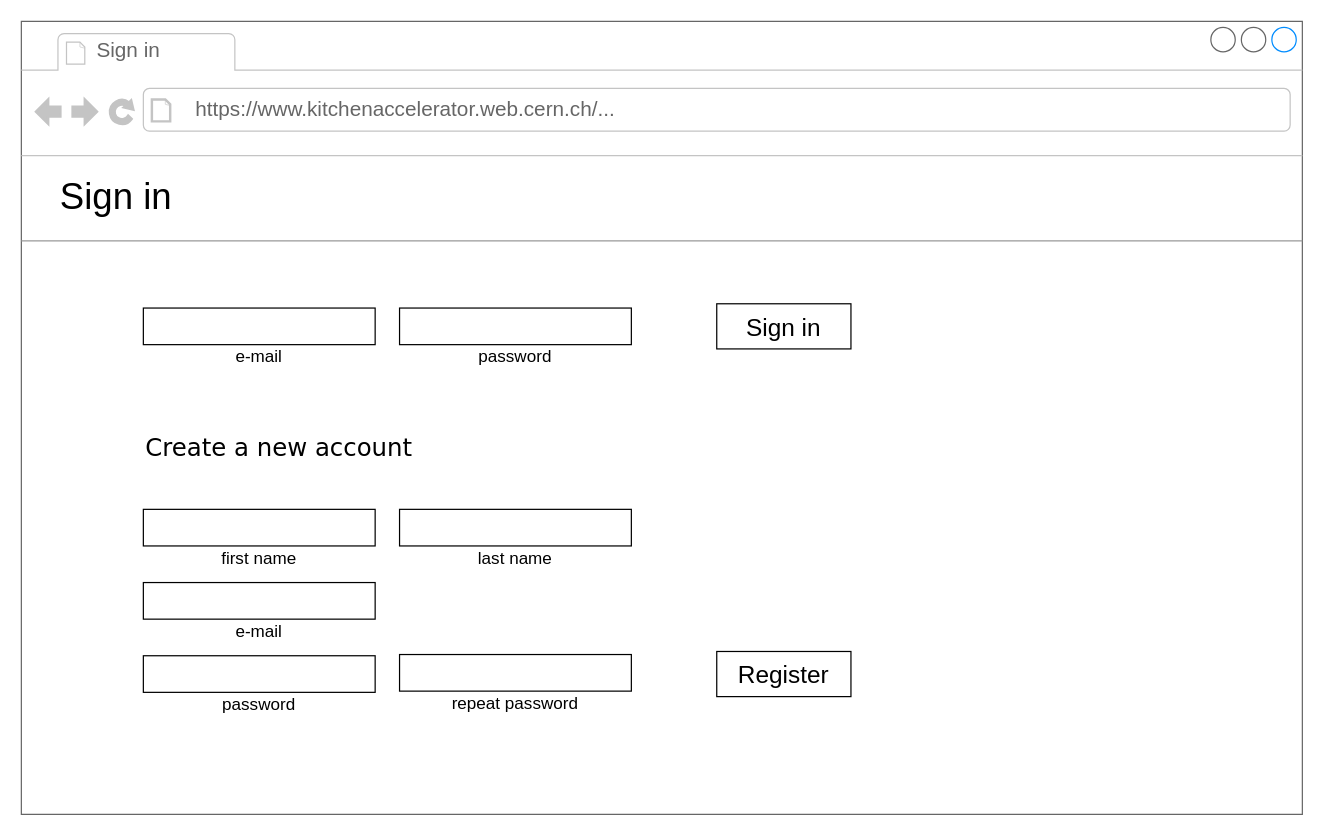
DEUCE1957/kitchen-accelerator keeps this draw.io diagram as page "Sign in" (5 of 5) of media/wireframes/wireframes.drawio. Above is the earlier version. Source tidied: cells renumbered, new cells numbered last; positions are measured from the earlier drawing's top-left corner, leaving out a move shared by most shapes. Both pictures are drawn from the tidied source at 122%, with x=0, y=0 at pixel (21, 21).
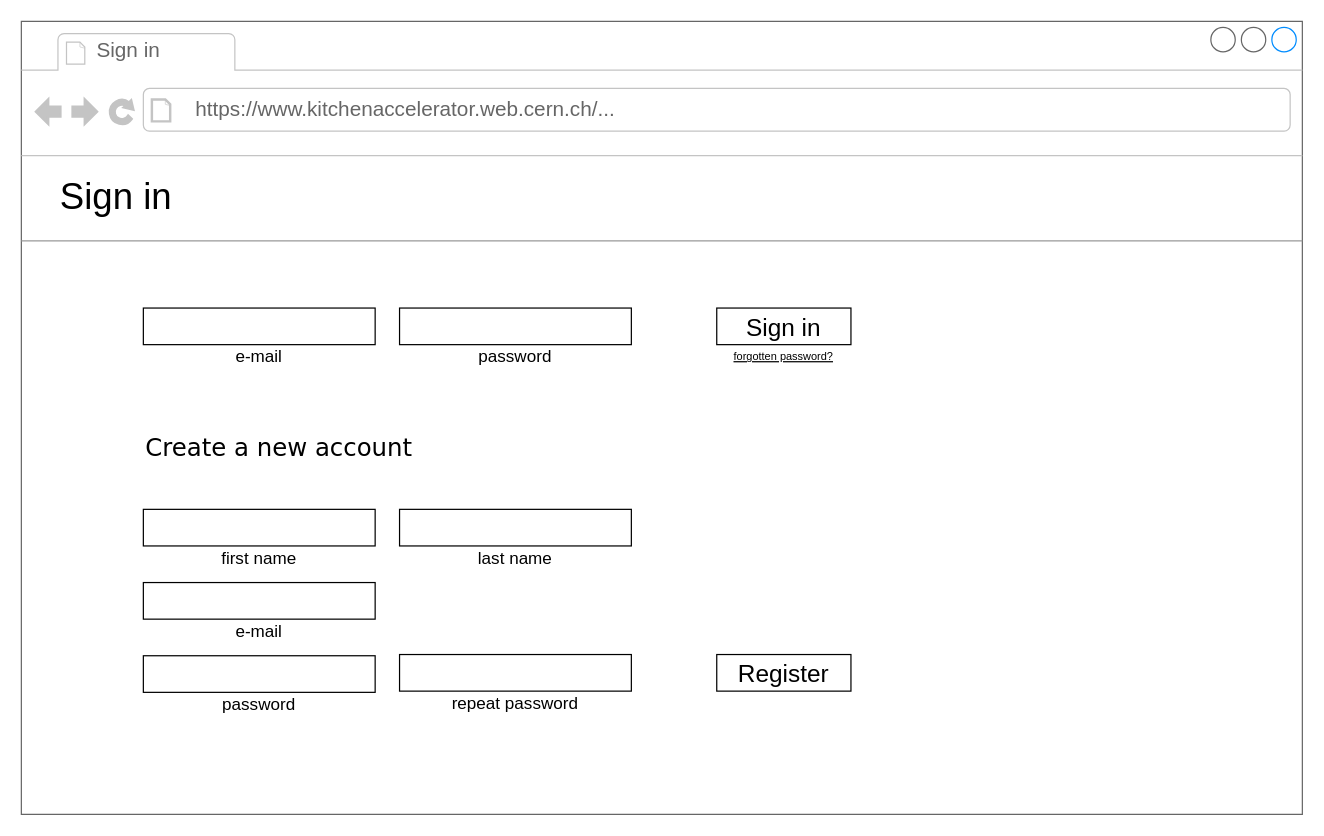
The same diagram, later.

Unchanged cells that the change refers to:
```xml
<mxCell id="2" style="strokeWidth=1;shadow=0;dashed=0;align=center;html=1;shape=mxgraph.mockup.containers.browserWindow;rSize=0;fillColor=#ffffff;strokeColor=#666666;mainText=,;rounded=0;labelBackgroundColor=none;fontFamily=Helvetica;fontSize=12;fontColor=#000000;" parent="1" vertex="1">
  <mxGeometry width="1050" height="650" as="geometry" />
</mxCell>
```

What changed in the source:
```diff
@@
     <mxCell id="19" value="Register" style="rounded=0;whiteSpace=wrap;html=1;fontSize=20;fontFamily=Helvetica;" parent="2" vertex="1">
-      <mxGeometry x="570" y="516.5" width="110" height="37" as="geometry" />
+      <mxGeometry x="570" y="519" width="110" height="30" as="geometry" />
     </mxCell>
     <mxCell id="20" value="Sign in" style="rounded=0;whiteSpace=wrap;html=1;fontSize=20;fontFamily=Helvetica;" parent="2" vertex="1">
-      <mxGeometry x="570" y="231.5" width="110" height="37" as="geometry" />
+      <mxGeometry x="570" y="235" width="110" height="30" as="geometry" />
     </mxCell>
@@
+    <mxCell id="24" value="forgotten password?" style="text;html=1;strokeColor=none;fillColor=none;align=center;verticalAlign=middle;whiteSpace=wrap;rounded=0;fontFamily=Helvetica;fontSize=9;fontStyle=4;" parent="2" vertex="1">
+      <mxGeometry x="570" y="265" width="110" height="20" as="geometry" />
+    </mxCell>
```
